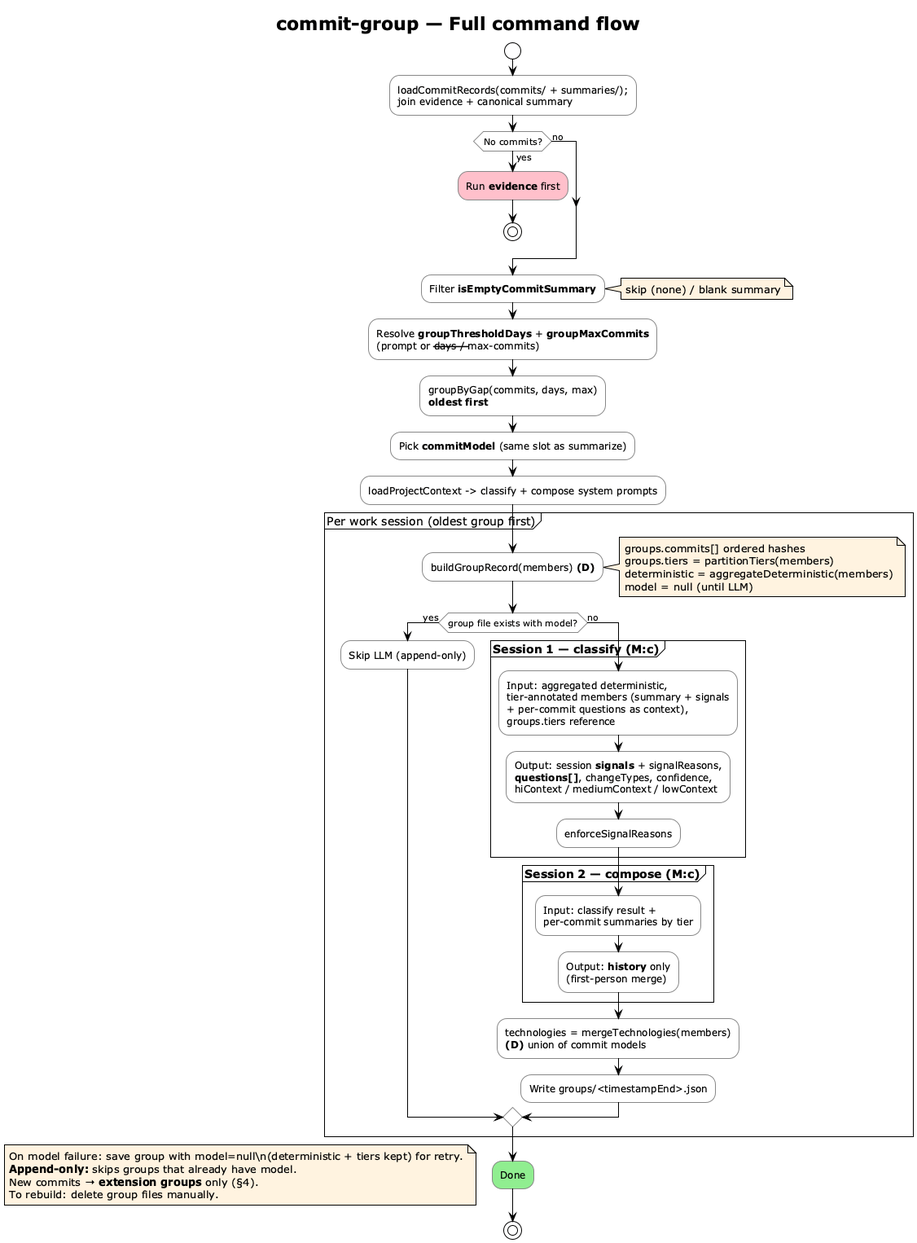
Above: img/commit-group-command.png in vzakharchenko/dev-workgraph (PlantUML), before the change.
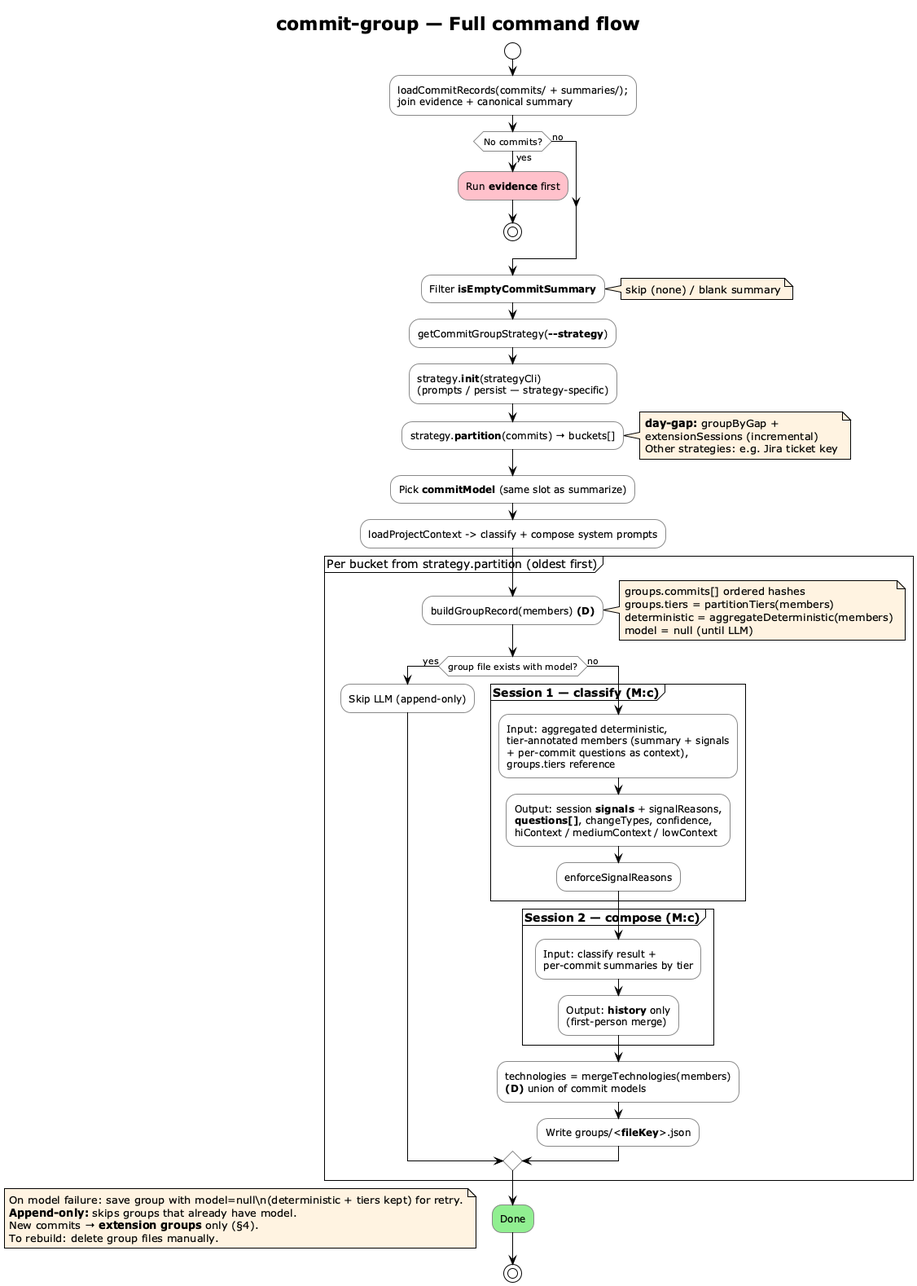
The same file after the commit.

The edit, as a diff of the source:
```diff
@@ -19,15 +19,20 @@
 :Filter **isEmptyCommitSummary**;
 note right: skip (none) / blank summary
 
-:Resolve **groupThresholdDays** + **groupMaxCommits**\n(prompt or --days / --max-commits);
-
-:groupByGap(commits, days, max)\n**oldest first**;
+:getCommitGroupStrategy(**--strategy**);
+:strategy.**init**(strategyCli)\n(prompts / persist — strategy-specific);
+:strategy.**partition**(commits) → buckets[];
+note right
+  **day-gap:** groupByGap +
+  extensionSessions (incremental)
+  Other strategies: e.g. Jira ticket key
+end note
 
 :Pick **commitModel** (same slot as summarize);
 
 :loadProjectContext -> classify + compose system prompts;
 
-partition "Per work session (oldest group first)" {
+partition "Per bucket from strategy.partition (oldest first)" {
   :buildGroupRecord(members) **(D)**;
   note right
     groups.commits[] ordered hashes
@@ -51,7 +56,7 @@
     }
 
     :technologies = mergeTechnologies(members)\n**(D)** union of commit models;
-    :Write groups/<timestampEnd>.json;
+    :Write groups/<**fileKey**>.json;
   endif
 }
 
```
